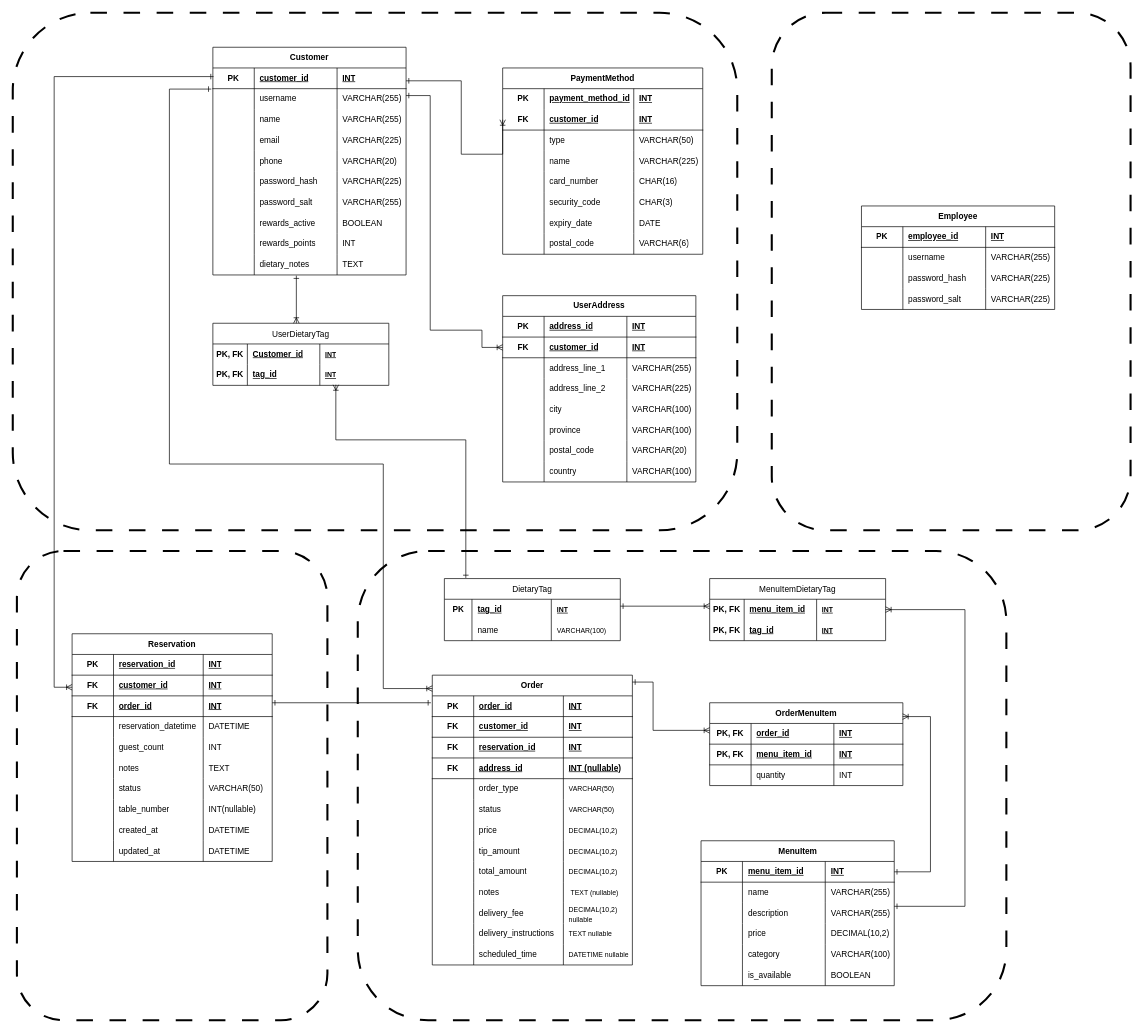
The draw.io diagram page "Version 2" (2 of 3) of docs/ERD.drawio in Web-Development-UAlberta/exsm-3951-exsm-3943-spring-2025-python-c-project-team-restaurant-c, before the edit. Source tidied: cells renumbered, new cells numbered last; positions are measured from the earlier drawing's top-left corner, leaving out a move shared by most shapes. Both pictures are drawn from the tidied source at 69%, with x=0, y=0 at pixel (12, 12).
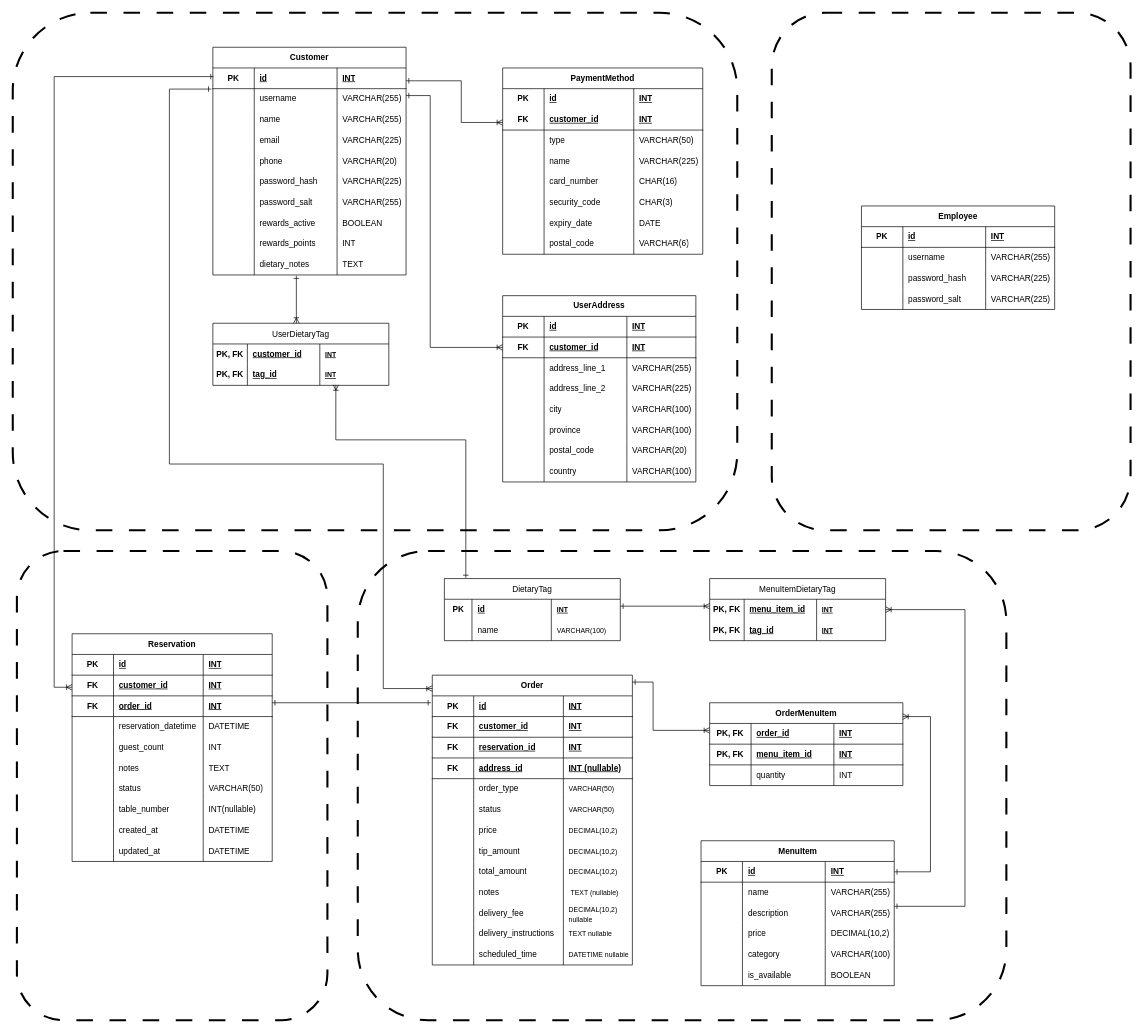
The same page after the edit.

Commit message (it also covers changes not shown here):
Use id as primary key and combine customer and employee tables;

The change refers to these unchanged cells:
```xml
<mxCell id="6" style="shape=tableRow;horizontal=0;startSize=0;swimlaneHead=0;swimlaneBody=0;top=0;left=0;bottom=0;right=0;fillColor=none;strokeColor=inherit;fontSize=16;" parent="5" vertex="1">
  <mxGeometry y="30" width="255" height="30" as="geometry" />
</mxCell>
<mxCell id="24" style="shape=tableRow;horizontal=0;startSize=0;swimlaneHead=0;swimlaneBody=0;top=0;left=0;bottom=0;right=0;fillColor=none;strokeColor=inherit;fontSize=16;" parent="23" vertex="1">
  <mxGeometry y="30" width="255" height="30" as="geometry" />
</mxCell>
<mxCell id="33" style="shape=tableRow;horizontal=0;startSize=0;swimlaneHead=0;swimlaneBody=0;fillColor=none;top=0;left=0;right=0;bottom=0;html=1;" parent="32" vertex="1">
  <mxGeometry y="30" width="290" height="30" as="geometry" />
</mxCell>
<mxCell id="37" style="shape=tableRow;horizontal=0;startSize=0;swimlaneHead=0;swimlaneBody=0;fillColor=none;points=[[0,0.5],[1,0.5]];portConstraint=eastwest;top=0;left=0;right=0;bottom=1;html=1;" parent="32" vertex="1">
  <mxGeometry y="60" width="290" height="30" as="geometry" />
</mxCell>
<mxCell id="66" style="shape=tableRow;horizontal=0;startSize=0;swimlaneHead=0;swimlaneBody=0;fillColor=none;top=0;left=0;right=0;bottom=1;html=1;" parent="65" vertex="1">
  <mxGeometry y="30" width="280" height="30" as="geometry" />
</mxCell>
<mxCell id="107" style="shape=tableRow;horizontal=0;startSize=0;swimlaneHead=0;swimlaneBody=0;fillColor=none;top=0;left=0;right=0;bottom=1;html=1;" parent="106" vertex="1">
  <mxGeometry y="30" width="280" height="30" as="geometry" />
</mxCell>
<mxCell id="111" style="shape=tableRow;horizontal=0;startSize=0;swimlaneHead=0;swimlaneBody=0;fillColor=none;points=[[0,0.5],[1,0.5]];portConstraint=eastwest;top=0;left=0;right=0;bottom=1;html=1;" parent="106" vertex="1">
  <mxGeometry y="60" width="280" height="30" as="geometry" />
</mxCell>
<mxCell id="140" style="shape=tableRow;horizontal=0;startSize=0;swimlaneHead=0;swimlaneBody=0;fillColor=none;top=0;left=0;right=0;bottom=1;html=1;" parent="139" vertex="1">
  <mxGeometry y="30" width="290" height="30" as="geometry" />
</mxCell>
<mxCell id="182" style="shape=tableRow;horizontal=0;startSize=0;swimlaneHead=0;swimlaneBody=0;fillColor=none;top=0;left=0;right=0;bottom=1;html=1;" parent="181" vertex="1">
  <mxGeometry y="30" width="290" height="30" as="geometry" />
</mxCell>
<mxCell id="248" style="shape=tableRow;horizontal=0;startSize=0;swimlaneHead=0;swimlaneBody=0;fillColor=none;points=[[0,0.5],[1,0.5]];portConstraint=eastwest;top=0;left=0;right=0;bottom=1;html=1;" parent="247" vertex="1">
  <mxGeometry y="30" width="280" height="30" as="geometry" />
</mxCell>
<mxCell id="283" style="shape=tableRow;horizontal=0;startSize=0;swimlaneHead=0;swimlaneBody=0;fillColor=none;top=0;left=0;right=0;bottom=1;html=1;" parent="282" vertex="1">
  <mxGeometry y="30" width="280" height="30" as="geometry" />
</mxCell>
```

The edit, as a diff of the source:
```diff
@@
+    <mxCell id="299" style="rounded=1;whiteSpace=wrap;html=1;fillColor=none;dashed=1;dashPattern=8 8;strokeWidth=3;" parent="1" vertex="1">
+      <mxGeometry x="1100" width="520" height="750" as="geometry" />
+    </mxCell>
@@
-    <mxCell id="8" value="&lt;b&gt;&lt;u&gt;tag_id&lt;/u&gt;&lt;/b&gt;" style="shape=partialRectangle;html=1;whiteSpace=wrap;fillColor=none;top=0;left=0;bottom=0;right=0;align=left;spacingLeft=6;overflow=hidden;strokeColor=inherit;fontSize=12;" parent="6" vertex="1">
+    <mxCell id="8" value="&lt;b&gt;&lt;u&gt;id&lt;/u&gt;&lt;/b&gt;" style="shape=partialRectangle;html=1;whiteSpace=wrap;fillColor=none;top=0;left=0;bottom=0;right=0;align=left;spacingLeft=6;overflow=hidden;strokeColor=inherit;fontSize=12;" parent="6" vertex="1">
       <mxGeometry x="40" width="115" height="30" as="geometry" />
     </mxCell>
@@
-    <mxCell id="26" value="&lt;b&gt;&lt;u&gt;Customer_id&lt;/u&gt;&lt;/b&gt;" style="shape=partialRectangle;html=1;whiteSpace=wrap;fillColor=none;top=0;left=0;bottom=0;right=0;align=left;spacingLeft=6;overflow=hidden;strokeColor=inherit;fontSize=12;" parent="24" vertex="1">
+    <mxCell id="26" value="&lt;b&gt;&lt;u&gt;customer_id&lt;/u&gt;&lt;/b&gt;" style="shape=partialRectangle;html=1;whiteSpace=wrap;fillColor=none;top=0;left=0;bottom=0;right=0;align=left;spacingLeft=6;overflow=hidden;strokeColor=inherit;fontSize=12;" parent="24" vertex="1">
       <mxGeometry x="50" width="105" height="30" as="geometry" />
     </mxCell>
@@
-    <mxCell id="35" value="payment_method_id" style="shape=partialRectangle;fillColor=none;top=0;left=0;bottom=0;right=0;align=left;spacingLeft=6;fontStyle=5;overflow=hidden;html=1;whiteSpace=wrap;" parent="33" vertex="1">
+    <mxCell id="35" value="id" style="shape=partialRectangle;fillColor=none;top=0;left=0;bottom=0;right=0;align=left;spacingLeft=6;fontStyle=5;overflow=hidden;html=1;whiteSpace=wrap;" parent="33" vertex="1">
       <mxGeometry x="60" width="130" height="30" as="geometry" />
     </mxCell>
@@
-    <mxCell id="68" value="customer_id" style="shape=partialRectangle;fillColor=none;top=0;left=0;bottom=0;right=0;align=left;spacingLeft=6;fontStyle=5;overflow=hidden;html=1;whiteSpace=wrap;" parent="66" vertex="1">
+    <mxCell id="68" value="id" style="shape=partialRectangle;fillColor=none;top=0;left=0;bottom=0;right=0;align=left;spacingLeft=6;fontStyle=5;overflow=hidden;html=1;whiteSpace=wrap;" parent="66" vertex="1">
       <mxGeometry x="60" width="120" height="30" as="geometry" />
     </mxCell>
@@
-    <mxCell id="109" value="address_id" style="shape=partialRectangle;fillColor=none;top=0;left=0;bottom=0;right=0;align=left;spacingLeft=6;fontStyle=5;overflow=hidden;html=1;whiteSpace=wrap;" parent="107" vertex="1">
+    <mxCell id="109" value="id" style="shape=partialRectangle;fillColor=none;top=0;left=0;bottom=0;right=0;align=left;spacingLeft=6;fontStyle=5;overflow=hidden;html=1;whiteSpace=wrap;" parent="107" vertex="1">
       <mxGeometry x="60" width="120" height="30" as="geometry" />
     </mxCell>
@@
-    <mxCell id="142" value="reservation_id" style="shape=partialRectangle;fillColor=none;top=0;left=0;bottom=0;right=0;align=left;spacingLeft=6;fontStyle=5;overflow=hidden;html=1;whiteSpace=wrap;" parent="140" vertex="1">
+    <mxCell id="142" value="id" style="shape=partialRectangle;fillColor=none;top=0;left=0;bottom=0;right=0;align=left;spacingLeft=6;fontStyle=5;overflow=hidden;html=1;whiteSpace=wrap;" parent="140" vertex="1">
       <mxGeometry x="60" width="130" height="30" as="geometry" />
     </mxCell>
@@
-    <mxCell id="184" value="order_id" style="shape=partialRectangle;fillColor=none;top=0;left=0;bottom=0;right=0;align=left;spacingLeft=6;fontStyle=5;overflow=hidden;html=1;whiteSpace=wrap;" parent="182" vertex="1">
+    <mxCell id="184" value="id" style="shape=partialRectangle;fillColor=none;top=0;left=0;bottom=0;right=0;align=left;spacingLeft=6;fontStyle=5;overflow=hidden;html=1;whiteSpace=wrap;" parent="182" vertex="1">
       <mxGeometry x="60" width="130" height="30" as="geometry" />
     </mxCell>
@@
-    <mxCell id="250" value="menu_item_id" style="shape=partialRectangle;fillColor=none;top=0;left=0;bottom=0;right=0;align=left;spacingLeft=6;fontStyle=5;overflow=hidden;html=1;whiteSpace=wrap;" parent="248" vertex="1">
+    <mxCell id="250" value="id" style="shape=partialRectangle;fillColor=none;top=0;left=0;bottom=0;right=0;align=left;spacingLeft=6;fontStyle=5;overflow=hidden;html=1;whiteSpace=wrap;" parent="248" vertex="1">
       <mxGeometry x="60" width="120" height="30" as="geometry" />
     </mxCell>
@@
-    <mxCell id="276" style="edgeStyle=orthogonalEdgeStyle;rounded=0;jettySize=auto;html=1;exitX=0.99;exitY=0.787;exitDx=0;exitDy=0;startArrow=ERone;startFill=0;endArrow=ERoneToMany;endFill=0;exitPerimeter=0;entryX=0;entryY=0.5;entryDx=0;entryDy=0;" parent="1" edge="1" target="37">
+    <mxCell id="276" style="edgeStyle=orthogonalEdgeStyle;rounded=0;jettySize=auto;html=1;exitX=0.99;exitY=0.787;exitDx=0;exitDy=0;startArrow=ERone;startFill=0;endArrow=ERoneToMany;endFill=0;exitPerimeter=0;" parent="1" edge="1" target="37">
       <mxGeometry relative="1" as="geometry">
         <mxPoint x="570" y="98.6" as="sourcePoint" />
         <Array as="points">
           <mxPoint x="650" y="99" />
-          <mxPoint x="650" y="205" />
+          <mxPoint x="650" y="159" />
         </Array>
       </mxGeometry>
     </mxCell>
     <mxCell id="277" style="edgeStyle=orthogonalEdgeStyle;rounded=0;jettySize=auto;html=1;exitX=1;exitY=0.5;exitDx=0;exitDy=0;startArrow=ERone;startFill=0;endArrow=ERoneToMany;endFill=0;" parent="1" edge="1" target="111">
       <mxGeometry relative="1" as="geometry">
         <mxPoint x="570" y="120" as="sourcePoint" />
         <Array as="points">
           <mxPoint x="605" y="120" />
-          <mxPoint x="605" y="460" />
-          <mxPoint x="680" y="460" />
-          <mxPoint x="680" y="485" />
+          <mxPoint x="605" y="485" />
         </Array>
       </mxGeometry>
     </mxCell>
@@
-    <mxCell id="285" value="employee_id" style="shape=partialRectangle;fillColor=none;top=0;left=0;bottom=0;right=0;align=left;spacingLeft=6;fontStyle=5;overflow=hidden;html=1;whiteSpace=wrap;" parent="283" vertex="1">
+    <mxCell id="285" value="id" style="shape=partialRectangle;fillColor=none;top=0;left=0;bottom=0;right=0;align=left;spacingLeft=6;fontStyle=5;overflow=hidden;html=1;whiteSpace=wrap;" parent="283" vertex="1">
       <mxGeometry x="60" width="120" height="30" as="geometry" />
     </mxCell>
@@
-    <mxCell id="299" style="rounded=1;whiteSpace=wrap;html=1;fillColor=none;dashed=1;dashPattern=8 8;strokeWidth=3;" parent="1" vertex="1">
-      <mxGeometry x="1100" width="520" height="750" as="geometry" />
-    </mxCell>
```
